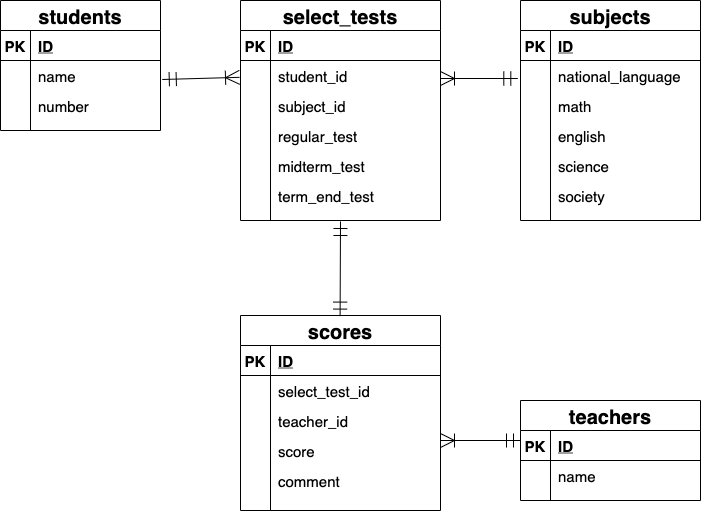
Above: index.drawio.png in FujiiMarie/ER (draw.io), before the change. Source tidied: cells renumbered, new cells last; positions are measured from the earlier drawing's top-left corner, leaving out a move shared by most shapes.
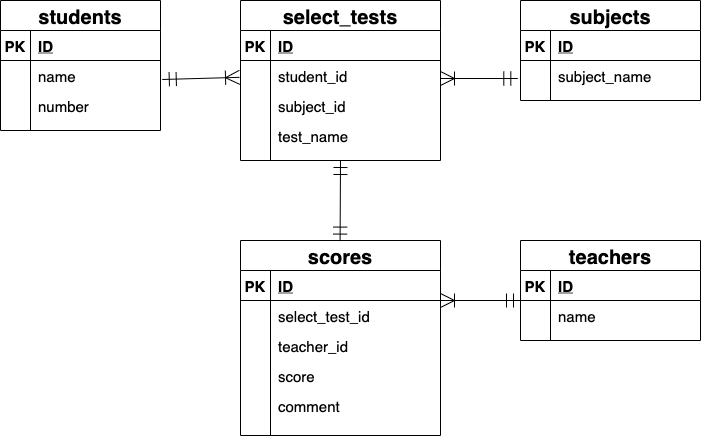
Above is the later version.

Diff of the diagram source:
```diff
@@ -33,7 +33,7 @@
       <mxGeometry x="30" width="130" height="30" as="geometry" />
     </mxCell>
     <mxCell id="12" value="teachers" style="shape=table;startSize=30;rowLines=0;fontStyle=1;align=center;fontSize=20;" parent="1" vertex="1">
-      <mxGeometry x="520" y="400" width="180" height="100" as="geometry" />
+      <mxGeometry x="520" y="240" width="180" height="100" as="geometry" />
     </mxCell>
     <mxCell id="13" style="shape=partialRectangle;fillColor=none;top=0;left=0;bottom=1;right=0;" parent="12" vertex="1">
       <mxGeometry y="30" width="180" height="30" as="geometry" />
@@ -57,7 +57,7 @@
       <mxGeometry relative="1" as="geometry" />
     </mxCell>
     <mxCell id="20" value="subjects" style="shape=table;startSize=30;rowLines=0;fontStyle=1;align=center;fontSize=20;" parent="1" vertex="1">
-      <mxGeometry x="520" width="180" height="220" as="geometry" />
+      <mxGeometry x="520" width="180" height="100" as="geometry" />
     </mxCell>
     <mxCell id="21" style="shape=partialRectangle;fillColor=none;top=0;left=0;bottom=1;right=0;" parent="20" vertex="1">
       <mxGeometry y="30" width="180" height="30" as="geometry" />
@@ -74,53 +74,17 @@
     <mxCell id="25" style="shape=partialRectangle;fillColor=none;top=0;left=0;bottom=0;right=0;overflow=hidden;" parent="24" vertex="1">
       <mxGeometry width="30" height="30" as="geometry" />
     </mxCell>
-    <mxCell id="26" value="national_language" style="shape=partialRectangle;fillColor=none;top=0;left=0;bottom=0;right=0;align=left;spacingLeft=6;overflow=hidden;fontSize=15;" parent="24" vertex="1">
+    <mxCell id="26" value="subject_name" style="shape=partialRectangle;fillColor=none;top=0;left=0;bottom=0;right=0;align=left;spacingLeft=6;overflow=hidden;fontSize=15;" parent="24" vertex="1">
       <mxGeometry x="30" width="150" height="30" as="geometry" />
     </mxCell>
-    <mxCell id="27" style="shape=partialRectangle;fillColor=none;top=0;left=0;bottom=0;right=0;" parent="20" vertex="1">
-      <mxGeometry y="90" width="180" height="30" as="geometry" />
-    </mxCell>
-    <mxCell id="28" style="shape=partialRectangle;fillColor=none;top=0;left=0;bottom=0;right=0;overflow=hidden;" parent="27" vertex="1">
-      <mxGeometry width="30" height="30" as="geometry" />
-    </mxCell>
-    <mxCell id="29" value="math" style="shape=partialRectangle;fillColor=none;top=0;left=0;bottom=0;right=0;align=left;spacingLeft=6;overflow=hidden;fontSize=15;labelBorderColor=none;" parent="27" vertex="1">
-      <mxGeometry x="30" width="150" height="30" as="geometry" />
-    </mxCell>
-    <mxCell id="30" style="shape=partialRectangle;fillColor=none;top=0;left=0;bottom=0;right=0;" parent="20" vertex="1">
-      <mxGeometry y="120" width="180" height="30" as="geometry" />
-    </mxCell>
-    <mxCell id="31" style="shape=partialRectangle;fillColor=none;top=0;left=0;bottom=0;right=0;overflow=hidden;" parent="30" vertex="1">
-      <mxGeometry width="30" height="30" as="geometry" />
-    </mxCell>
-    <mxCell id="32" value="english" style="shape=partialRectangle;fillColor=none;top=0;left=0;bottom=0;right=0;align=left;spacingLeft=6;overflow=hidden;fontSize=15;" parent="30" vertex="1">
-      <mxGeometry x="30" width="150" height="30" as="geometry" />
-    </mxCell>
-    <mxCell id="33" style="shape=partialRectangle;fillColor=none;top=0;left=0;bottom=0;right=0;" parent="20" vertex="1">
-      <mxGeometry y="150" width="180" height="30" as="geometry" />
-    </mxCell>
-    <mxCell id="34" style="shape=partialRectangle;fillColor=none;top=0;left=0;bottom=0;right=0;overflow=hidden;" parent="33" vertex="1">
-      <mxGeometry width="30" height="30" as="geometry" />
-    </mxCell>
-    <mxCell id="35" value="science" style="shape=partialRectangle;fillColor=none;top=0;left=0;bottom=0;right=0;align=left;spacingLeft=6;overflow=hidden;fontSize=15;" parent="33" vertex="1">
-      <mxGeometry x="30" width="150" height="30" as="geometry" />
-    </mxCell>
-    <mxCell id="36" style="shape=partialRectangle;fillColor=none;top=0;left=0;bottom=0;right=0;" parent="20" vertex="1">
-      <mxGeometry y="180" width="180" height="30" as="geometry" />
-    </mxCell>
-    <mxCell id="37" style="shape=partialRectangle;fillColor=none;top=0;left=0;bottom=0;right=0;overflow=hidden;" parent="36" vertex="1">
-      <mxGeometry width="30" height="30" as="geometry" />
-    </mxCell>
-    <mxCell id="38" value="society" style="shape=partialRectangle;fillColor=none;top=0;left=0;bottom=0;right=0;align=left;spacingLeft=6;overflow=hidden;fontSize=15;" parent="36" vertex="1">
-      <mxGeometry x="30" width="150" height="30" as="geometry" />
-    </mxCell>
     <mxCell id="39" style="fontSize=12;html=1;endArrow=ERoneToMany;startArrow=ERmandOne;startSize=12;endSize=12;endFill=0;jumpSize=6;" parent="1" edge="1">
       <mxGeometry relative="1" as="geometry">
-        <mxPoint x="520" y="440" as="sourcePoint" />
-        <mxPoint x="440" y="440" as="targetPoint" />
+        <mxPoint x="520" y="300" as="sourcePoint" />
+        <mxPoint x="440" y="300" as="targetPoint" />
       </mxGeometry>
     </mxCell>
     <mxCell id="40" value="scores" style="shape=table;startSize=30;rowLines=0;fontStyle=1;align=center;fontSize=20;" parent="1" vertex="1">
-      <mxGeometry x="240" y="315" width="200" height="195" as="geometry" />
+      <mxGeometry x="240" y="240" width="200" height="195" as="geometry" />
     </mxCell>
     <mxCell id="41" style="shape=partialRectangle;fillColor=none;top=0;left=0;bottom=1;right=0;" parent="40" vertex="1">
       <mxGeometry y="30" width="200" height="30" as="geometry" />
@@ -168,7 +132,7 @@
       <mxGeometry x="30" width="170" height="30" as="geometry" />
     </mxCell>
     <mxCell id="56" value="select_tests" style="shape=table;startSize=30;rowLines=0;fontStyle=1;align=center;fontSize=20;" parent="1" vertex="1">
-      <mxGeometry x="240" width="200" height="220" as="geometry" />
+      <mxGeometry x="240" width="200" height="160" as="geometry" />
     </mxCell>
     <mxCell id="57" style="shape=partialRectangle;fillColor=none;top=0;left=0;bottom=1;right=0;" parent="56" vertex="1">
       <mxGeometry y="30" width="200" height="30" as="geometry" />
@@ -203,36 +167,16 @@
     <mxCell id="67" style="shape=partialRectangle;fillColor=none;top=0;left=0;bottom=0;right=0;overflow=hidden;" parent="66" vertex="1">
       <mxGeometry width="30" height="30" as="geometry" />
     </mxCell>
-    <mxCell id="68" value="regular_test" style="shape=partialRectangle;fillColor=none;top=0;left=0;bottom=0;right=0;align=left;spacingLeft=6;overflow=hidden;fontSize=15;" parent="66" vertex="1">
+    <mxCell id="68" value="test_name" style="shape=partialRectangle;fillColor=none;top=0;left=0;bottom=0;right=0;align=left;spacingLeft=6;overflow=hidden;fontSize=15;" parent="66" vertex="1">
       <mxGeometry x="30" width="170" height="30" as="geometry" />
     </mxCell>
-    <mxCell id="69" style="shape=partialRectangle;fillColor=none;top=0;left=0;bottom=0;right=0;" parent="56" vertex="1">
-      <mxGeometry y="150" width="200" height="30" as="geometry" />
-    </mxCell>
-    <mxCell id="70" style="shape=partialRectangle;fillColor=none;top=0;left=0;bottom=0;right=0;overflow=hidden;" parent="69" vertex="1">
-      <mxGeometry width="30" height="30" as="geometry" />
-    </mxCell>
-    <mxCell id="71" value="midterm_test" style="shape=partialRectangle;fillColor=none;top=0;left=0;bottom=0;right=0;align=left;spacingLeft=6;overflow=hidden;fontSize=15;" parent="69" vertex="1">
-      <mxGeometry x="30" width="170" height="30" as="geometry" />
-    </mxCell>
-    <mxCell id="72" style="shape=partialRectangle;fillColor=none;top=0;left=0;bottom=0;right=0;" parent="56" vertex="1">
-      <mxGeometry y="180" width="200" height="30" as="geometry" />
-    </mxCell>
-    <mxCell id="73" style="shape=partialRectangle;fillColor=none;top=0;left=0;bottom=0;right=0;overflow=hidden;" parent="72" vertex="1">
-      <mxGeometry width="30" height="30" as="geometry" />
-    </mxCell>
-    <mxCell id="74" value="term_end_test" style="shape=partialRectangle;fillColor=none;top=0;left=0;bottom=0;right=0;align=left;spacingLeft=6;overflow=hidden;fontSize=15;" parent="72" vertex="1">
-      <mxGeometry x="30" width="170" height="30" as="geometry" />
-    </mxCell>
     <mxCell id="75" style="fontSize=12;html=1;endArrow=ERoneToMany;startArrow=ERmandOne;startSize=12;endSize=12;exitX=-0.015;exitY=0.6;exitDx=0;exitDy=0;exitPerimeter=0;" parent="1" edge="1" source="24">
       <mxGeometry relative="1" as="geometry">
         <mxPoint x="440" y="78" as="targetPoint" />
       </mxGeometry>
     </mxCell>
-    <mxCell id="76" style="fontSize=12;html=1;endArrow=ERmandOne;startArrow=ERmandOne;startSize=12;endSize=12;exitX=0.498;exitY=0.003;exitDx=0;exitDy=0;exitPerimeter=0;endFill=0;" parent="1" edge="1" source="40">
-      <mxGeometry relative="1" as="geometry">
-        <mxPoint x="340" y="221" as="targetPoint" />
-      </mxGeometry>
+    <mxCell id="76" style="fontSize=12;html=1;endArrow=ERmandOne;startArrow=ERmandOne;startSize=12;endSize=12;exitX=0.498;exitY=0.003;exitDx=0;exitDy=0;exitPerimeter=0;endFill=0;entryX=0.5;entryY=1;entryDx=0;entryDy=0;" parent="1" edge="1" source="40" target="56">
+      <mxGeometry relative="1" as="geometry" />
     </mxCell>
   </root>
 </mxGraphModel>
```
